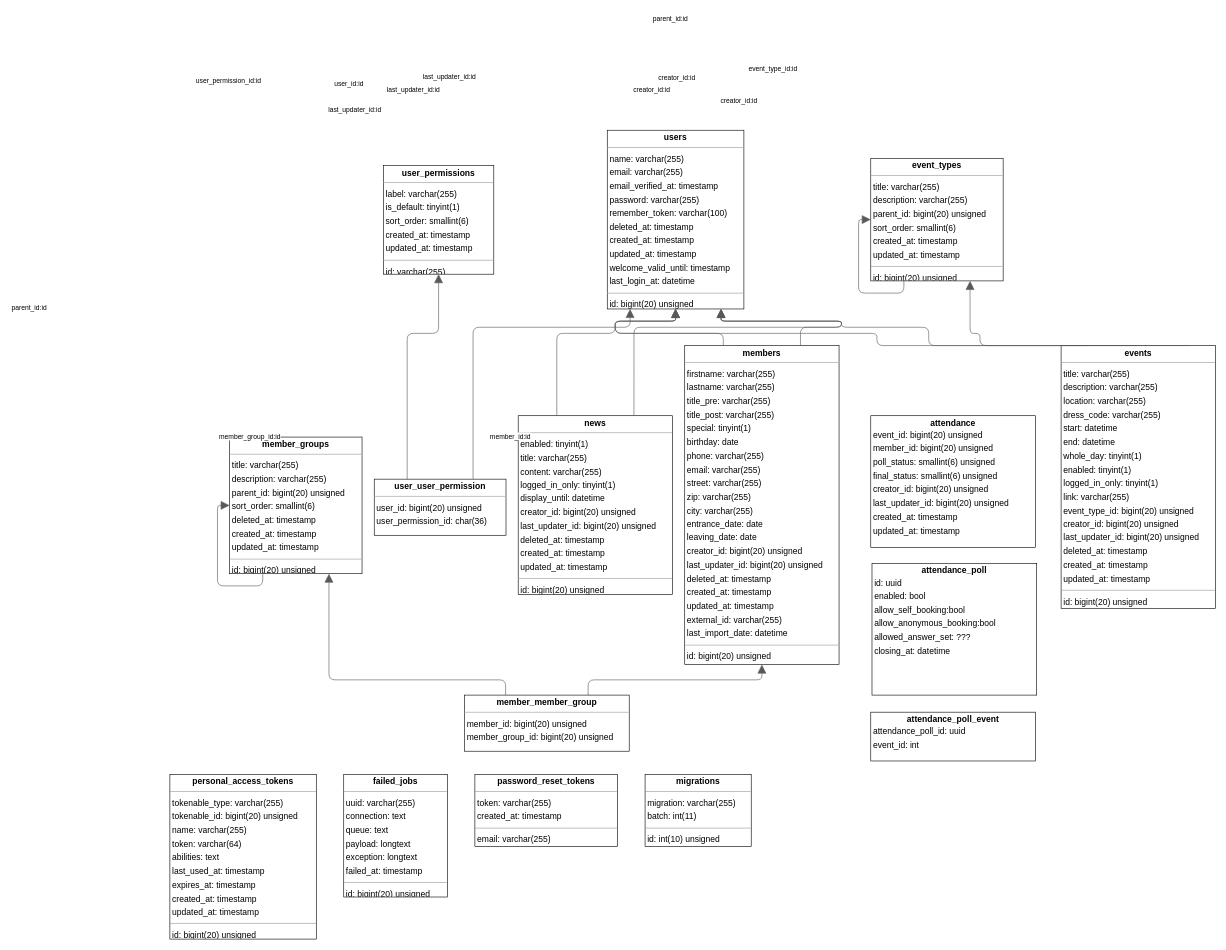
This is docs/fullDatabase.drawio from danielraab/club-manager, a draw.io file, before an edit. Source tidied: cells renumbered, new cells numbered last; positions are measured from the earlier drawing's top-left corner, leaving out a move shared by most shapes. Both pictures are drawn from the tidied source at 61%, with x=0, y=0 at pixel (170, 130).
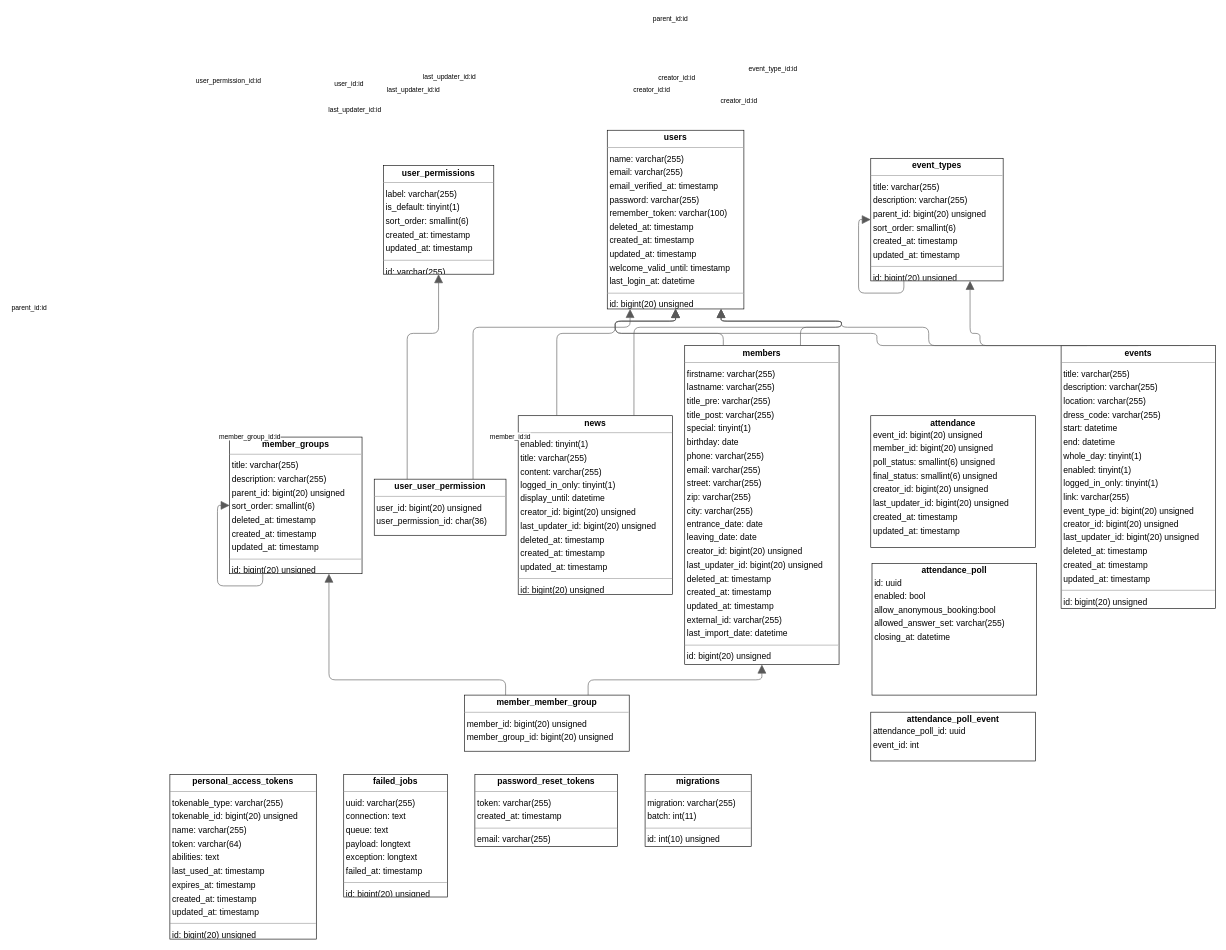
The same page after the edit.

The edit, as a diff of the source:
```diff
@@
-    <mxCell id="42" value="&lt;p style=&quot;margin:0px;margin-top:4px;text-align:center;&quot;&gt;&lt;b&gt;attendance_poll&lt;/b&gt;&lt;/p&gt;&lt;p style=&quot;margin:0 0 0 4px;line-height:1.6;&quot;&gt;id: uuid&lt;/p&gt;&lt;p style=&quot;margin:0 0 0 4px;line-height:1.6;&quot;&gt;enabled: bool&lt;/p&gt;&lt;p style=&quot;margin:0 0 0 4px;line-height:1.6;&quot;&gt;allow_self_booking:bool&lt;/p&gt;&lt;p style=&quot;margin:0 0 0 4px;line-height:1.6;&quot;&gt;allow_anonymous_booking:bool&lt;/p&gt;&lt;p style=&quot;margin:0 0 0 4px;line-height:1.6;&quot;&gt;allowed_answer_set: ???&lt;/p&gt;&lt;p style=&quot;margin:0 0 0 4px;line-height:1.6;&quot;&gt;closing_at: datetime&lt;/p&gt;" style="verticalAlign=top;align=left;overflow=fill;fontSize=14;fontFamily=Helvetica;html=1;rounded=0;shadow=0;comic=0;labelBackgroundColor=none;strokeWidth=1;" parent="1" vertex="1">
+    <mxCell id="42" value="&lt;p style=&quot;margin:0px;margin-top:4px;text-align:center;&quot;&gt;&lt;b&gt;attendance_poll&lt;/b&gt;&lt;/p&gt;&lt;p style=&quot;margin:0 0 0 4px;line-height:1.6;&quot;&gt;id: uuid&lt;/p&gt;&lt;p style=&quot;margin:0 0 0 4px;line-height:1.6;&quot;&gt;enabled: bool&lt;/p&gt;&lt;p style=&quot;margin:0 0 0 4px;line-height:1.6;&quot;&gt;allow_anonymous_booking:bool&lt;/p&gt;&lt;p style=&quot;margin:0 0 0 4px;line-height:1.6;&quot;&gt;allowed_answer_set: varchar(255)&lt;/p&gt;&lt;p style=&quot;margin:0 0 0 4px;line-height:1.6;&quot;&gt;&lt;span style=&quot;background-color: initial;&quot;&gt;closing_at: datetime&lt;/span&gt;&lt;/p&gt;" style="verticalAlign=top;align=left;overflow=fill;fontSize=14;fontFamily=Helvetica;html=1;rounded=0;shadow=0;comic=0;labelBackgroundColor=none;strokeWidth=1;" parent="1" vertex="1">
       <mxGeometry x="1151" y="710" width="270" height="216" as="geometry" />
     </mxCell>
```
